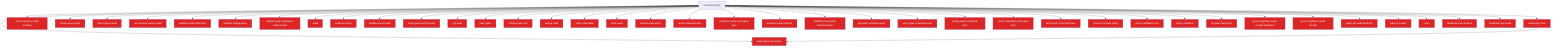
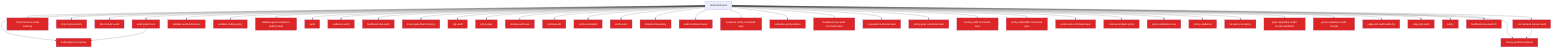
flowchart TD
  Untrusted["Untrusted input"]
  audit_pnpm_lock_3bdddae2["audit-pnpm-lock"]
  Untrusted --> audit_pnpm_lock_3bdddae2
  check_harness_audit_tracking_33e6a72e["check-harness-audit-tracking"]
  Untrusted --> check_harness_audit_tracking_33e6a72e
  check_types_policy_cfbecf01["check-types-policy"]
  Untrusted --> check_types_policy_cfbecf01
  audit_pnpm_lock_policy_25297ce6["audit-pnpm-lock-policy"]
  Untrusted --> audit_pnpm_lock_policy_25297ce6
+   canary_audit_boundaries_771c27d2["canary-audit-boundaries"]
+   Untrusted --> canary_audit_boundaries_771c27d2
  direct_pnpm_audit_9a9a9ed4["direct-pnpm-audit"]
  Untrusted --> direct_pnpm_audit_9a9a9ed4
  run_harness_canary_audit_c1ed705c["run-harness-canary-audit"]
  Untrusted --> run_harness_canary_audit_c1ed705c
  validate_audit_references_811f872a["validate-audit-references"]
  Untrusted --> validate_audit_references_811f872a
  validate_coding_policy_29976175["validate-coding-policy"]
  Untrusted --> validate_coding_policy_29976175
  validate_goal_completion_audit_receipt_100d252c["validate-goal-completion-audit-receipt"]
  Untrusted --> validate_goal_completion_audit_receipt_100d252c
  audit_b81f37a0["audit"]
  Untrusted --> audit_b81f37a0
  evidence_verify_3b73c290["evidence-verify"]
  Untrusted --> evidence_verify_3b73c290
  feedback_loop_audit_0ac0ec9d["feedback-loop-audit"]
  Untrusted --> feedback_loop_audit_0ac0ec9d
  linear_gate_branch_policy_13c4707c["linear-gate-branch-policy"]
  Untrusted --> linear_gate_branch_policy_13c4707c
  org_audit_d739e44b["org-audit"]
  Untrusted --> org_audit_d739e44b
  policy_gate_213f7313["policy-gate"]
  Untrusted --> policy_gate_213f7313
  tooling_audit_core_328d6a41["tooling-audit-core"]
  Untrusted --> tooling_audit_core_328d6a41
  tooling_audit_8a8239ff["tooling-audit"]
  Untrusted --> tooling_audit_8a8239ff
  verify_coderabbit_490b4e71["verify-coderabbit"]
  Untrusted --> verify_coderabbit_490b4e71
  verify_work_df70ecac["verify-work"]
  Untrusted --> verify_work_df70ecac
  shared_state_policy_edc9c4db["shared-state-policy"]
  Untrusted --> shared_state_policy_edc9c4db
  audit_command_spec_5acf0149["audit-command-spec"]
  Untrusted --> audit_command_spec_5acf0149
  evidence_verify_command_spec_e1cbfea2["evidence-verify-command-spec"]
  Untrusted --> evidence_verify_command_spec_e1cbfea2
  evidence_verify_options_3505c520["evidence-verify-options"]
  Untrusted --> evidence_verify_options_3505c520
  feedback_loop_audit_command_spec_27e599c4["feedback-loop-audit-command-spec"]
  Untrusted --> feedback_loop_audit_command_spec_27e599c4
  org_audit_command_spec_1a570341["org-audit-command-spec"]
  Untrusted --> org_audit_command_spec_1a570341
  policy_gate_command_spec_71e8726a["policy-gate-command-spec"]
  Untrusted --> policy_gate_command_spec_71e8726a
  tooling_audit_command_spec_e0e57863["tooling-audit-command-spec"]
  Untrusted --> tooling_audit_command_spec_e0e57863
  verify_coderabbit_command_spec_68cc9ec5["verify-coderabbit-command-spec"]
  Untrusted --> verify_coderabbit_command_spec_68cc9ec5
  verify_work_command_spec_d6c94ac8["verify-work-command-spec"]
  Untrusted --> verify_work_command_spec_d6c94ac8
  context_compact_policy_3dcaf95d["context-compact-policy"]
  Untrusted --> context_compact_policy_3dcaf95d
  policy_validators_core_714a3fe7["policy-validators-core"]
  Untrusted --> policy_validators_core_714a3fe7
  policy_validators_6682e192["policy-validators"]
  Untrusted --> policy_validators_6682e192
  he_gate_trust_policy_b1126dfd["he-gate-trust-policy"]
  Untrusted --> he_gate_trust_policy_b1126dfd
  goal_completion_audit_receipt_validation_9d0f4891["goal-completion-audit-receipt-validation"]
  Untrusted --> goal_completion_audit_receipt_validation_9d0f4891
  goal_completion_audit_receipt_5e4939c3["goal-completion-audit-receipt"]
  Untrusted --> goal_completion_audit_receipt_5e4939c3
  judge_pm_audit_authority_c311b050["judge-pm-audit-authority"]
  Untrusted --> judge_pm_audit_authority_c311b050
  judge_pm_audit_ccd20b35["judge-pm-audit"]
  Untrusted --> judge_pm_audit_ccd20b35
  policy_823412d1["policy"]
  Untrusted --> policy_823412d1
  feedback_loop_audit_cli_fd8f38dc["feedback-loop-audit-cli"]
  Untrusted --> feedback_loop_audit_cli_fd8f38dc
-   feedback_loop_audit_1_c7be4304["feedback-loop-audit"]
-   Untrusted --> feedback_loop_audit_1_c7be4304
  audit_pnpm_lock_3bdddae2 --> audit_pnpm_lock_policy_25297ce6
+   run_harness_canary_audit_c1ed705c --> canary_audit_boundaries_771c27d2
  classDef securityNode fill:#dc2626,color:#fff
-   class audit_pnpm_lock_3bdddae2,check_harness_audit_tracking_33e6a72e,check_types_policy_cfbecf01,audit_pnpm_lock_policy_25297ce6,direct_pnpm_audit_9a9a9ed4,run_harness_canary_audit_c1ed705c,validate_audit_references_811f872a,validate_coding_policy_29976175,validate_goal_completion_audit_receipt_100d252c,audit_b81f37a0,evidence_verify_3b73c290,feedback_loop_audit_0ac0ec9d,linear_gate_branch_policy_13c4707c,org_audit_d739e44b,policy_gate_213f7313,tooling_audit_core_328d6a41,tooling_audit_8a8239ff,verify_coderabbit_490b4e71,verify_work_df70ecac,shared_state_policy_edc9c4db,audit_command_spec_5acf0149,evidence_verify_command_spec_e1cbfea2,evidence_verify_options_3505c520,feedback_loop_audit_command_spec_27e599c4,org_audit_command_spec_1a570341,policy_gate_command_spec_71e8726a,tooling_audit_command_spec_e0e57863,verify_coderabbit_command_spec_68cc9ec5,verify_work_command_spec_d6c94ac8,context_compact_policy_3dcaf95d,policy_validators_core_714a3fe7,policy_validators_6682e192,he_gate_trust_policy_b1126dfd,goal_completion_audit_receipt_validation_9d0f4891,goal_completion_audit_receipt_5e4939c3,judge_pm_audit_authority_c311b050,judge_pm_audit_ccd20b35,policy_823412d1,feedback_loop_audit_cli_fd8f38dc,feedback_loop_audit_1_c7be4304 securityNode
+   class audit_pnpm_lock_3bdddae2,check_harness_audit_tracking_33e6a72e,check_types_policy_cfbecf01,audit_pnpm_lock_policy_25297ce6,canary_audit_boundaries_771c27d2,direct_pnpm_audit_9a9a9ed4,run_harness_canary_audit_c1ed705c,validate_audit_references_811f872a,validate_coding_policy_29976175,validate_goal_completion_audit_receipt_100d252c,audit_b81f37a0,evidence_verify_3b73c290,feedback_loop_audit_0ac0ec9d,linear_gate_branch_policy_13c4707c,org_audit_d739e44b,policy_gate_213f7313,tooling_audit_core_328d6a41,tooling_audit_8a8239ff,verify_coderabbit_490b4e71,verify_work_df70ecac,shared_state_policy_edc9c4db,audit_command_spec_5acf0149,evidence_verify_command_spec_e1cbfea2,evidence_verify_options_3505c520,feedback_loop_audit_command_spec_27e599c4,org_audit_command_spec_1a570341,policy_gate_command_spec_71e8726a,tooling_audit_command_spec_e0e57863,verify_coderabbit_command_spec_68cc9ec5,verify_work_command_spec_d6c94ac8,context_compact_policy_3dcaf95d,policy_validators_core_714a3fe7,policy_validators_6682e192,he_gate_trust_policy_b1126dfd,goal_completion_audit_receipt_validation_9d0f4891,goal_completion_audit_receipt_5e4939c3,judge_pm_audit_authority_c311b050,judge_pm_audit_ccd20b35,policy_823412d1,feedback_loop_audit_cli_fd8f38dc securityNode
